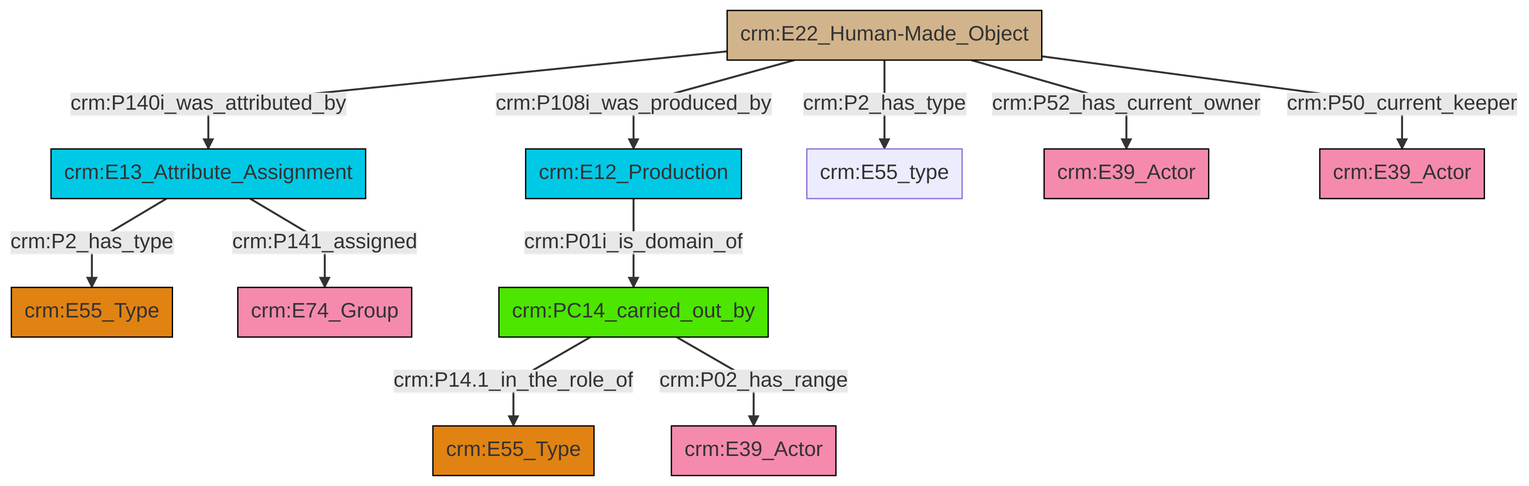
The Mermaid diagram et/artworkCSV/ttl/mmd/png/Artwork_Actor_Relations.png in swiss-art-research-net/reference-data-models, before a commit. Its source is kept beside it as et/artworkCSV/ttl/mmd/Artwork_Actor_Relations.ttl.mmd.
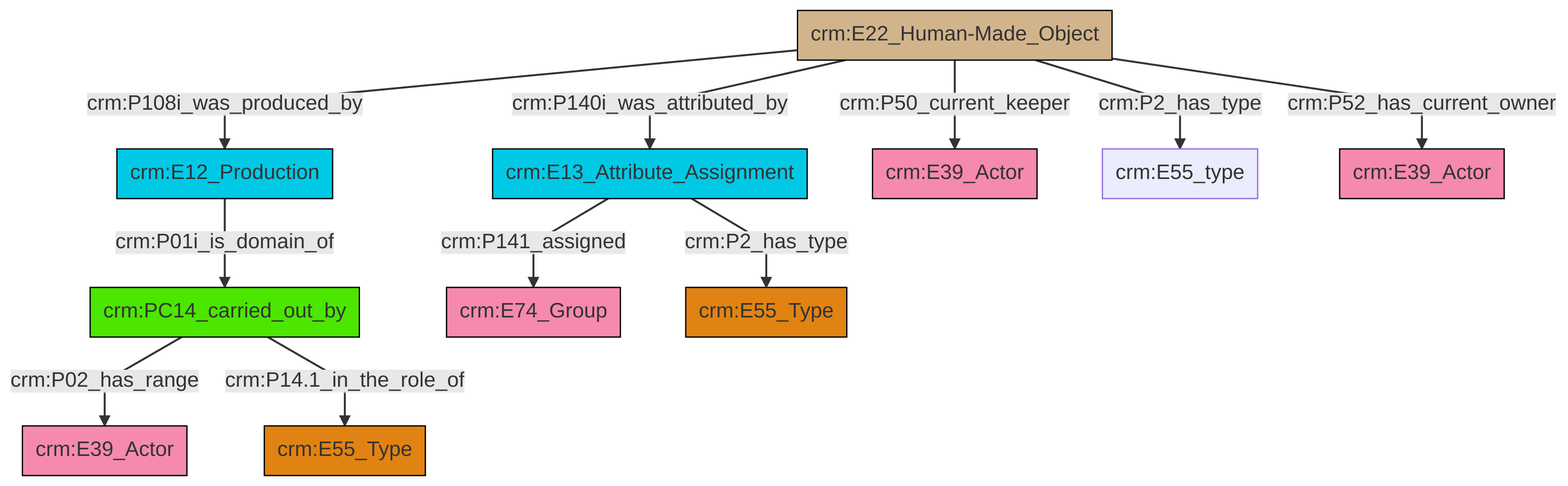
After the commit.

What changed in the source:
```diff
@@ -13,13 +13,13 @@
 classDef PC_Classes fill:#4ce600, stroke:#000000;
 classDef Multi fill:#cccccc,stroke:#000000;
 
+0["crm:PC14_carried_out_by"]:::PC_Classes -->|crm:P02_has_range| 1["crm:E39_Actor"]:::Actor
+2["crm:E22_Human-Made_Object"]:::Physical_Thing -->|crm:P108i_was_produced_by| 3["crm:E12_Production"]:::Temporal_Entity
+2["crm:E22_Human-Made_Object"]:::Physical_Thing -->|crm:P140i_was_attributed_by| 4["crm:E13_Attribute_Assignment"]:::Temporal_Entity
 4["crm:E13_Attribute_Assignment"]:::Temporal_Entity -->|crm:P141_assigned| 6["crm:E74_Group"]:::Actor
-9["crm:E12_Production"]:::Temporal_Entity -->|crm:P01i_is_domain_of| 10["crm:PC14_carried_out_by"]:::PC_Classes
-2["crm:E22_Human-Made_Object"]:::Physical_Thing -->|crm:P2_has_type| 13["crm:E55_type"]:::Default
-10["crm:PC14_carried_out_by"]:::PC_Classes -->|crm:P14.1_in_the_role_of| 7["crm:E55_Type"]:::Type
-2["crm:E22_Human-Made_Object"]:::Physical_Thing -->|crm:P108i_was_produced_by| 9["crm:E12_Production"]:::Temporal_Entity
-10["crm:PC14_carried_out_by"]:::PC_Classes -->|crm:P02_has_range| 17["crm:E39_Actor"]:::Actor
-2["crm:E22_Human-Made_Object"]:::Physical_Thing -->|crm:P50_current_keeper| 19["crm:E39_Actor"]:::Actor
+2["crm:E22_Human-Made_Object"]:::Physical_Thing -->|crm:P50_current_keeper| 8["crm:E39_Actor"]:::Actor
+0["crm:PC14_carried_out_by"]:::PC_Classes -->|crm:P14.1_in_the_role_of| 11["crm:E55_Type"]:::Type
+2["crm:E22_Human-Made_Object"]:::Physical_Thing -->|crm:P2_has_type| 14["crm:E55_type"]:::Default
 2["crm:E22_Human-Made_Object"]:::Physical_Thing -->|crm:P52_has_current_owner| 15["crm:E39_Actor"]:::Actor
-2["crm:E22_Human-Made_Object"]:::Physical_Thing -->|crm:P140i_was_attributed_by| 4["crm:E13_Attribute_Assignment"]:::Temporal_Entity
-4["crm:E13_Attribute_Assignment"]:::Temporal_Entity -->|crm:P2_has_type| 0["crm:E55_Type"]:::Type
+4["crm:E13_Attribute_Assignment"]:::Temporal_Entity -->|crm:P2_has_type| 16["crm:E55_Type"]:::Type
+3["crm:E12_Production"]:::Temporal_Entity -->|crm:P01i_is_domain_of| 0["crm:PC14_carried_out_by"]:::PC_Classes
```
